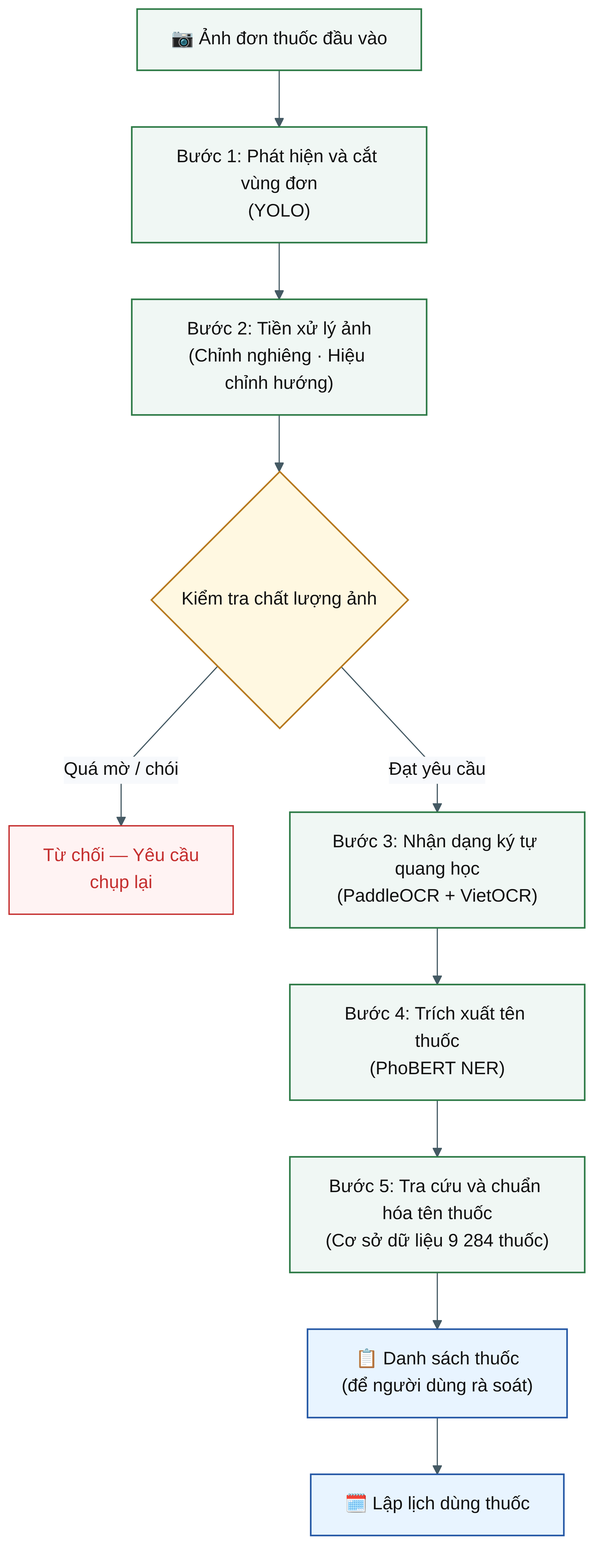
Above: docs/thesis_report/assets/diagrams/scan_flow.png in hongphuoc6104/medicineApp (Mermaid), before the change. Its source is kept beside it as docs/thesis_report/diagrams/scan_flow.mmd. Its diagram source:
```mermaid
flowchart TD
    A["📷 Ảnh đơn thuốc đầu vào"]
    B["Bước 1: Phát hiện và cắt vùng đơn\n(YOLO)"]
    C["Bước 2: Tiền xử lý ảnh\n(Chỉnh nghiêng · Hiệu chỉnh hướng)"]
    QG{"Kiểm tra chất lượng ảnh"}
    REJ["Từ chối — Yêu cầu\nchụp lại"]
    D["Bước 3: Nhận dạng ký tự quang học\n(PaddleOCR + VietOCR)"]
    E["Bước 4: Trích xuất tên thuốc\n(PhoBERT NER)"]
    F["Bước 5: Tra cứu và chuẩn hóa tên thuốc\n(Cơ sở dữ liệu 9 284 thuốc)"]
    G["📋 Danh sách thuốc\n(để người dùng rà soát)"]
    H["🗓️ Lập lịch dùng thuốc"]

    A --> B --> C --> QG
    QG -->|"Đạt yêu cầu"| D
    QG -->|"Quá mờ / chói"| REJ
    D --> E --> F --> G --> H

    classDef mainStep fill:#f0f7f4,stroke:#2d7a46,stroke-width:1.4px,color:#111
    classDef decision fill:#fff8e1,stroke:#b7791f,stroke-width:1.4px,color:#111
    classDef reject fill:#fff3f3,stroke:#c53030,stroke-width:1.2px,color:#c53030
    classDef endpoint fill:#e8f4ff,stroke:#2457a5,stroke-width:1.4px,color:#111

    class A,B,C,D,E,F mainStep
    class QG decision
    class REJ reject
    class G,H endpoint
```
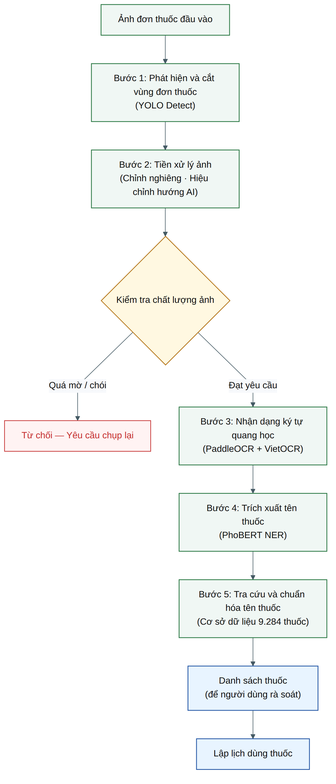
After the commit.

Change to the diagram source:
```diff
@@ -1,14 +1,14 @@
 flowchart TD
-    A["📷 Ảnh đơn thuốc đầu vào"]
-    B["Bước 1: Phát hiện và cắt vùng đơn\n(YOLO)"]
-    C["Bước 2: Tiền xử lý ảnh\n(Chỉnh nghiêng · Hiệu chỉnh hướng)"]
+    A["Ảnh đơn thuốc đầu vào"]
+    B["Bước 1: Phát hiện và cắt vùng đơn thuốc\n(YOLO Detect)"]
+    C["Bước 2: Tiền xử lý ảnh\n(Chỉnh nghiêng · Hiệu chỉnh hướng AI)"]
     QG{"Kiểm tra chất lượng ảnh"}
-    REJ["Từ chối — Yêu cầu\nchụp lại"]
+    REJ["Từ chối — Yêu cầu chụp lại"]
     D["Bước 3: Nhận dạng ký tự quang học\n(PaddleOCR + VietOCR)"]
     E["Bước 4: Trích xuất tên thuốc\n(PhoBERT NER)"]
-    F["Bước 5: Tra cứu và chuẩn hóa tên thuốc\n(Cơ sở dữ liệu 9 284 thuốc)"]
-    G["📋 Danh sách thuốc\n(để người dùng rà soát)"]
-    H["🗓️ Lập lịch dùng thuốc"]
+    F["Bước 5: Tra cứu và chuẩn hóa tên thuốc\n(Cơ sở dữ liệu 9.284 thuốc)"]
+    G["Danh sách thuốc\n(để người dùng rà soát)"]
+    H["Lập lịch dùng thuốc"]
 
     A --> B --> C --> QG
     QG -->|"Đạt yêu cầu"| D
```
